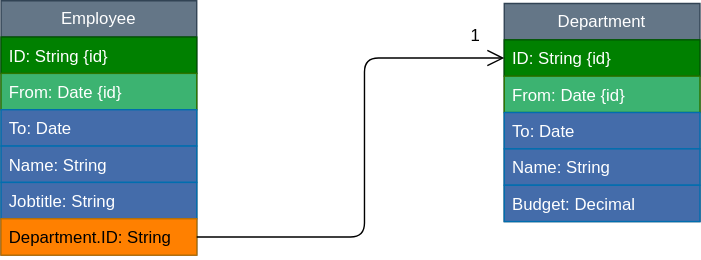
The draw.io diagram odata-temporal-ext/diagrams/db.svg in oasis-tcs/odata-specs, before a commit. Source tidied: cells renumbered, new cells last; positions are measured from the earlier drawing's top-left corner, leaving out a move shared by most shapes. Source of this version:
```xml
<mxGraphModel>
  <root>
    <mxCell id="0" />
    <mxCell id="1" parent="0" />
    <mxCell id="2" value="Employee" style="swimlane;fontStyle=0;horizontal=1;startSize=26;fillColor=#647687;whiteSpace=wrap;html=1;strokeColor=#314354;fontColor=#ffffff;" parent="1" vertex="1">
      <mxGeometry width="140" height="182" as="geometry" />
    </mxCell>
    <mxCell id="3" value="ID: String {id}" style="text;strokeColor=#005700;fillColor=#008000;align=left;verticalAlign=top;spacingLeft=4;spacingRight=4;overflow=hidden;whiteSpace=wrap;html=1;fontColor=#ffffff;" parent="2" vertex="1">
      <mxGeometry y="26" width="140" height="26" as="geometry" />
    </mxCell>
    <mxCell id="4" value="From: Date {id}" style="text;strokeColor=#2D7600;fillColor=#3CB371;align=left;verticalAlign=top;spacingLeft=4;spacingRight=4;overflow=hidden;whiteSpace=wrap;html=1;fontColor=#ffffff;" parent="2" vertex="1">
      <mxGeometry y="52" width="140" height="26" as="geometry" />
    </mxCell>
    <mxCell id="5" value="To: Date" style="text;strokeColor=#006EAF;fillColor=#446CAA;align=left;verticalAlign=top;spacingLeft=4;spacingRight=4;overflow=hidden;whiteSpace=wrap;html=1;fontColor=#ffffff;" parent="2" vertex="1">
      <mxGeometry y="78" width="140" height="26" as="geometry" />
    </mxCell>
    <mxCell id="6" value="Name: String" style="text;strokeColor=#006EAF;fillColor=#446CAA;align=left;verticalAlign=top;spacingLeft=4;spacingRight=4;overflow=hidden;whiteSpace=wrap;html=1;fontColor=#ffffff;" parent="2" vertex="1">
      <mxGeometry y="104" width="140" height="26" as="geometry" />
    </mxCell>
    <mxCell id="7" value="Jobtitle: String" style="text;strokeColor=#006EAF;fillColor=#446CAA;align=left;verticalAlign=top;spacingLeft=4;spacingRight=4;overflow=hidden;whiteSpace=wrap;html=1;fontColor=#ffffff;" parent="2" vertex="1">
      <mxGeometry y="130" width="140" height="26" as="geometry" />
    </mxCell>
    <mxCell id="8" value="Department.ID: String" style="text;strokeColor=#BD7000;fillColor=#FF8000;align=left;verticalAlign=top;spacingLeft=4;spacingRight=4;overflow=hidden;points=[[0,0.5],[1,0.5]];portConstraint=eastwest;whiteSpace=wrap;html=1;fontColor=#000000;" parent="2" vertex="1">
      <mxGeometry y="156" width="140" height="26" as="geometry" />
    </mxCell>
    <mxCell id="9" value="Department" style="swimlane;fontStyle=0;horizontal=1;startSize=26;whiteSpace=wrap;html=1;fillColor=#647687;strokeColor=#314354;fontColor=#ffffff;" parent="1" vertex="1">
      <mxGeometry x="360" y="2" width="140" height="156" as="geometry" />
    </mxCell>
    <mxCell id="10" value="ID: String {id}" style="text;strokeColor=#005700;fillColor=#008000;align=left;verticalAlign=top;spacingLeft=4;spacingRight=4;overflow=hidden;points=[[0,0.5],[1,0.5]];portConstraint=eastwest;whiteSpace=wrap;html=1;fontColor=#ffffff;" parent="9" vertex="1">
      <mxGeometry y="26" width="140" height="26" as="geometry" />
    </mxCell>
    <mxCell id="11" value="From: Date {id}" style="text;strokeColor=#2D7600;fillColor=#3cb371;align=left;verticalAlign=top;spacingLeft=4;spacingRight=4;overflow=hidden;whiteSpace=wrap;html=1;fontColor=#ffffff;" parent="9" vertex="1">
      <mxGeometry y="52" width="140" height="26" as="geometry" />
    </mxCell>
    <mxCell id="12" value="To: Date" style="text;strokeColor=#006EAF;fillColor=#446CAA;align=left;verticalAlign=top;spacingLeft=4;spacingRight=4;overflow=hidden;whiteSpace=wrap;html=1;fontColor=#ffffff;" parent="9" vertex="1">
      <mxGeometry y="78" width="140" height="26" as="geometry" />
    </mxCell>
    <mxCell id="13" value="Name: String" style="text;strokeColor=#006EAF;fillColor=#446CAA;align=left;verticalAlign=top;spacingLeft=4;spacingRight=4;overflow=hidden;whiteSpace=wrap;html=1;fontColor=#ffffff;" parent="9" vertex="1">
      <mxGeometry y="104" width="140" height="26" as="geometry" />
    </mxCell>
    <mxCell id="14" value="Budget: Decimal" style="text;strokeColor=#006EAF;fillColor=#446CAA;align=left;verticalAlign=top;spacingLeft=4;spacingRight=4;overflow=hidden;whiteSpace=wrap;html=1;fontColor=#ffffff;" parent="9" vertex="1">
      <mxGeometry y="130" width="140" height="26" as="geometry" />
    </mxCell>
    <mxCell id="15" value="&lt;div style=&quot;&quot;&gt;&lt;div style=&quot;&quot;&gt;1&lt;/div&gt;&lt;/div&gt;" style="text;strokeColor=none;align=right;fillColor=none;html=1;verticalAlign=middle;whiteSpace=wrap;rounded=0;" parent="1" vertex="1">
      <mxGeometry x="285" y="10" width="60" height="30" as="geometry" />
    </mxCell>
    <mxCell id="16" style="edgeStyle=elbowEdgeStyle;html=1;labelBackgroundColor=none;rounded=1;elbow=horizontal;endArrow=open;endFill=0;align=left;startSize=10;endSize=10;" parent="1" edge="1" source="8" target="10">
      <mxGeometry relative="1" as="geometry">
        <Array as="points">
          <mxPoint x="260" y="120" />
        </Array>
      </mxGeometry>
    </mxCell>
  </root>
</mxGraphModel>
```
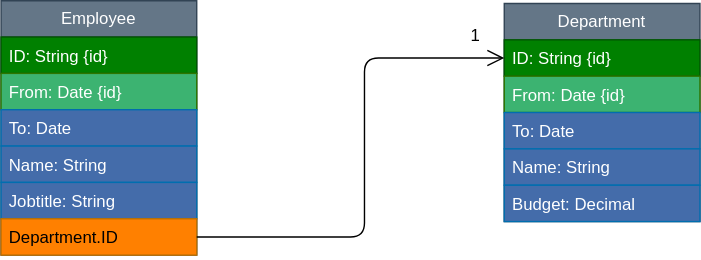
Later version of the same file.

What changed in the source:
```diff
@@ -20,7 +20,7 @@
     <mxCell id="7" value="Jobtitle: String" style="text;strokeColor=#006EAF;fillColor=#446CAA;align=left;verticalAlign=top;spacingLeft=4;spacingRight=4;overflow=hidden;whiteSpace=wrap;html=1;fontColor=#ffffff;" parent="2" vertex="1">
       <mxGeometry y="130" width="140" height="26" as="geometry" />
     </mxCell>
-    <mxCell id="8" value="Department.ID: String" style="text;strokeColor=#BD7000;fillColor=#FF8000;align=left;verticalAlign=top;spacingLeft=4;spacingRight=4;overflow=hidden;points=[[0,0.5],[1,0.5]];portConstraint=eastwest;whiteSpace=wrap;html=1;fontColor=#000000;" parent="2" vertex="1">
+    <mxCell id="8" value="Department.ID" style="text;strokeColor=#BD7000;fillColor=#FF8000;align=left;verticalAlign=top;spacingLeft=4;spacingRight=4;overflow=hidden;points=[[0,0.5],[1,0.5]];portConstraint=eastwest;whiteSpace=wrap;html=1;fontColor=#000000;" parent="2" vertex="1">
       <mxGeometry y="156" width="140" height="26" as="geometry" />
     </mxCell>
     <mxCell id="9" value="Department" style="swimlane;fontStyle=0;horizontal=1;startSize=26;whiteSpace=wrap;html=1;fillColor=#647687;strokeColor=#314354;fontColor=#ffffff;" parent="1" vertex="1">
```
